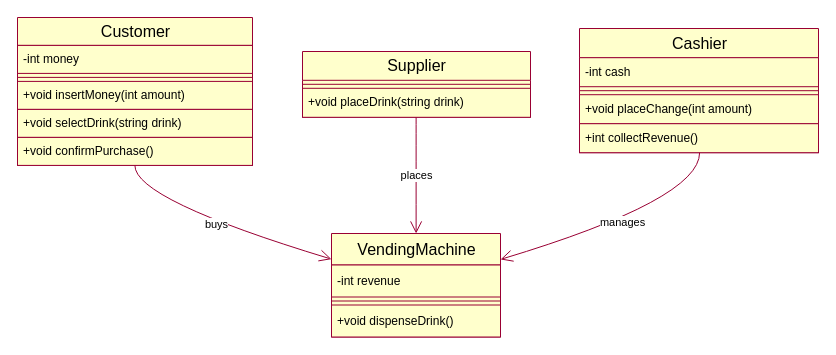
Above: 高仿Rational rose2.drawio in Dev-AHeng/iodraw-files (draw.io), before the change. Source tidied: cells renumbered, new cells numbered last; positions are measured from the earlier drawing's top-left corner, leaving out a move shared by most shapes. Both pictures are drawn from the tidied source at 100%, with x=0, y=0 at pixel (17, 17).
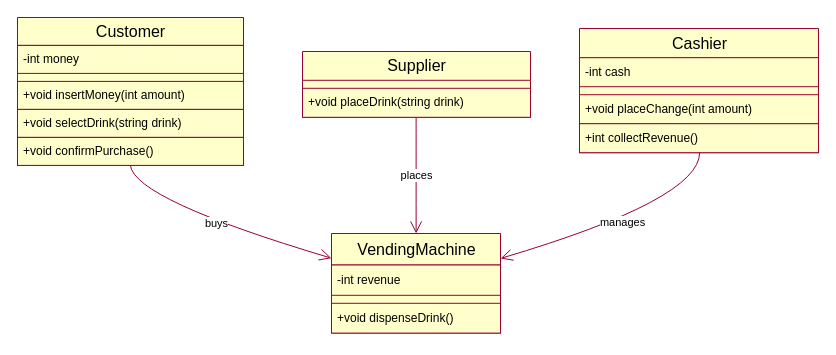
The same diagram, later.

The change refers to these unchanged cells:
```xml
<mxCell id="8" value="Supplier" style="swimlane;fontStyle=0;align=center;verticalAlign=middle;horizontal=1;startSize=28.8;strokeColor=#990033;fillColor=#FFFFCC;swimlaneFillColor=#FFFFCC;html=1;textShadow=0;fontFamily=宋体;fontSize=16;" parent="1" vertex="1">
  <mxGeometry x="285" y="34" width="228" height="65.8" as="geometry" />
</mxCell>
<mxCell id="11" value="Cashier" style="swimlane;fontStyle=0;align=center;verticalAlign=middle;horizontal=1;startSize=29.25;strokeColor=#990033;fillColor=#FFFFCC;swimlaneFillColor=#FFFFCC;html=1;textShadow=0;fontFamily=宋体;fontSize=16;" parent="1" vertex="1">
  <mxGeometry x="562" y="11" width="239" height="124.2" as="geometry" />
</mxCell>
```

Diff of the diagram source:
```diff
@@
     <mxCell id="2" value="Customer" style="swimlane;fontStyle=0;align=center;verticalAlign=middle;horizontal=1;startSize=27.9;strokeColor=#990033;fillColor=#FFFFCC;swimlaneFillColor=#FFFFCC;html=1;textShadow=0;fontFamily=宋体;fontColor=default;fontSize=16;" parent="1" vertex="1">
-      <mxGeometry width="235" height="147.9" as="geometry" />
+      <mxGeometry width="226" height="147.9" as="geometry" />
     </mxCell>
     <mxCell id="3" value="-int money" style="text;strokeColor=#990033;fillColor=#FFFFCC;align=left;verticalAlign=middle;spacingLeft=4;spacingRight=4;overflow=hidden;html=1;textShadow=0;fontFamily=宋体;" parent="2" vertex="1">
-      <mxGeometry y="27.9" width="235" height="28" as="geometry" />
+      <mxGeometry y="27.9" width="226" height="28" as="geometry" />
     </mxCell>
-    <mxCell id="4" style="line;strokeWidth=1;fillColor=#FFFFCC;align=left;verticalAlign=middle;spacingTop=-1;spacingLeft=3;spacingRight=3;labelPosition=right;strokeColor=#990033;html=1;textShadow=0;fontFamily=宋体;" parent="2" vertex="1">
-      <mxGeometry y="55.9" width="235" height="8" as="geometry" />
+    <mxCell id="4" style="line;strokeWidth=1;fillColor=#FFFFCC;align=left;verticalAlign=middle;spacingTop=-1;spacingLeft=3;spacingRight=3;labelPosition=right;strokeColor=none;html=1;textShadow=0;fontFamily=宋体;" parent="2" vertex="1">
+      <mxGeometry y="55.9" width="226" height="8" as="geometry" />
     </mxCell>
     <mxCell id="5" value="+void insertMoney(int amount)" style="text;strokeColor=#990033;fillColor=#FFFFCC;align=left;verticalAlign=middle;spacingLeft=4;spacingRight=4;overflow=hidden;swimlaneFillColor=#FFFFCC;html=1;textShadow=0;fontFamily=宋体;" parent="2" vertex="1">
-      <mxGeometry y="63.9" width="235" height="28" as="geometry" />
+      <mxGeometry y="63.9" width="226" height="28" as="geometry" />
     </mxCell>
     <mxCell id="6" value="+void selectDrink(string drink)" style="text;strokeColor=#990033;fillColor=#FFFFCC;align=left;verticalAlign=middle;spacingLeft=4;spacingRight=4;overflow=hidden;swimlaneFillColor=#FFFFCC;html=1;textShadow=0;fontFamily=宋体;" parent="2" vertex="1">
-      <mxGeometry y="91.9" width="235" height="28" as="geometry" />
+      <mxGeometry y="91.9" width="226" height="28" as="geometry" />
     </mxCell>
     <mxCell id="7" value="+void confirmPurchase()" style="text;strokeColor=#990033;fillColor=#FFFFCC;align=left;verticalAlign=middle;spacingLeft=4;spacingRight=4;overflow=hidden;swimlaneFillColor=#FFFFCC;html=1;textShadow=0;fontFamily=宋体;" parent="2" vertex="1">
-      <mxGeometry y="119.9" width="235" height="28" as="geometry" />
+      <mxGeometry y="119.9" width="226" height="28" as="geometry" />
     </mxCell>
@@
-    <mxCell id="9" style="line;strokeWidth=1;fillColor=#FFFFCC;align=left;verticalAlign=middle;spacingTop=-1;spacingLeft=3;spacingRight=3;labelPosition=right;points=[];portConstraint=eastwest;strokeColor=#990033;swimlaneFillColor=#FFFFCC;html=1;textShadow=0;fontFamily=宋体;" parent="8" vertex="1">
+    <mxCell id="9" style="line;strokeWidth=1;fillColor=#FFFFCC;align=left;verticalAlign=middle;spacingTop=-1;spacingLeft=3;spacingRight=3;labelPosition=right;points=[];portConstraint=eastwest;strokeColor=none;swimlaneFillColor=#FFFFCC;html=1;textShadow=0;fontFamily=宋体;" parent="8" vertex="1">
       <mxGeometry y="28.8" width="228" height="8" as="geometry" />
     </mxCell>
@@
+    <mxCell id="23" style="edgeStyle=orthogonalEdgeStyle;rounded=0;jettySize=auto;html=1;exitX=1;exitY=0.5;exitDx=0;exitDy=0;entryX=1.001;entryY=0.544;entryDx=0;entryDy=0;entryPerimeter=0;" parent="8" edge="1" source="8" target="9">
+      <mxGeometry relative="1" as="geometry" />
+    </mxCell>
@@
-    <mxCell id="13" style="line;strokeWidth=1;fillColor=#FFFFCC;align=left;verticalAlign=middle;spacingTop=-1;spacingLeft=3;spacingRight=3;labelPosition=right;strokeColor=#990033;swimlaneFillColor=#FFFFCC;html=1;textShadow=0;fontFamily=宋体;" parent="11" vertex="1">
+    <mxCell id="13" style="line;strokeWidth=1;fillColor=#FFFFCC;align=left;verticalAlign=middle;spacingTop=-1;spacingLeft=3;spacingRight=3;labelPosition=right;strokeColor=none;swimlaneFillColor=#FFFFCC;html=1;textShadow=0;fontFamily=宋体;" parent="11" vertex="1">
       <mxGeometry y="58.2" width="239" height="8" as="geometry" />
     </mxCell>
@@
     <mxCell id="16" value="VendingMachine" style="swimlane;fontStyle=0;align=center;verticalAlign=middle;horizontal=1;startSize=31.5;strokeColor=#990033;fillColor=#FFFFCC;swimlaneFillColor=#FFFFCC;html=1;textShadow=0;fontFamily=宋体;fontSize=16;" parent="1" vertex="1">
-      <mxGeometry x="314" y="216" width="169" height="103.5" as="geometry" />
+      <mxGeometry x="314" y="216" width="169" height="99.6" as="geometry" />
     </mxCell>
     <mxCell id="17" value="-int revenue" style="text;strokeColor=#990033;fillColor=#FFFFCC;align=left;verticalAlign=middle;spacingLeft=4;spacingRight=4;overflow=hidden;swimlaneFillColor=#FFFFCC;labelBackgroundColor=none;html=1;textShadow=0;fontFamily=宋体;" parent="16" vertex="1">
-      <mxGeometry y="31.5" width="169" height="32" as="geometry" />
+      <mxGeometry y="31.5" width="169" height="30.3" as="geometry" />
     </mxCell>
-    <mxCell id="18" style="line;strokeWidth=1;fillColor=#FFFFCC;align=left;verticalAlign=middle;spacingTop=-1;spacingLeft=3;spacingRight=3;labelPosition=right;strokeColor=#990033;swimlaneFillColor=#FFFFCC;html=1;textShadow=0;fontFamily=宋体;" parent="16" vertex="1">
-      <mxGeometry y="63.5" width="169" height="8" as="geometry" />
+    <mxCell id="18" style="line;strokeWidth=1;fillColor=#FFFFCC;align=left;verticalAlign=middle;spacingTop=-1;spacingLeft=3;spacingRight=3;labelPosition=right;strokeColor=none;swimlaneFillColor=#FFFFCC;html=1;textShadow=0;fontFamily=宋体;" parent="16" vertex="1">
+      <mxGeometry y="61.8" width="169" height="8" as="geometry" />
     </mxCell>
     <mxCell id="19" value="+void dispenseDrink()" style="text;strokeColor=#990033;fillColor=#FFFFCC;align=left;verticalAlign=middle;spacingLeft=4;spacingRight=4;overflow=hidden;swimlaneFillColor=#FFFFCC;html=1;textShadow=0;fontFamily=宋体;" parent="16" vertex="1">
-      <mxGeometry y="71.5" width="169" height="32" as="geometry" />
+      <mxGeometry y="69.8" width="169" height="29.8" as="geometry" />
     </mxCell>
```
